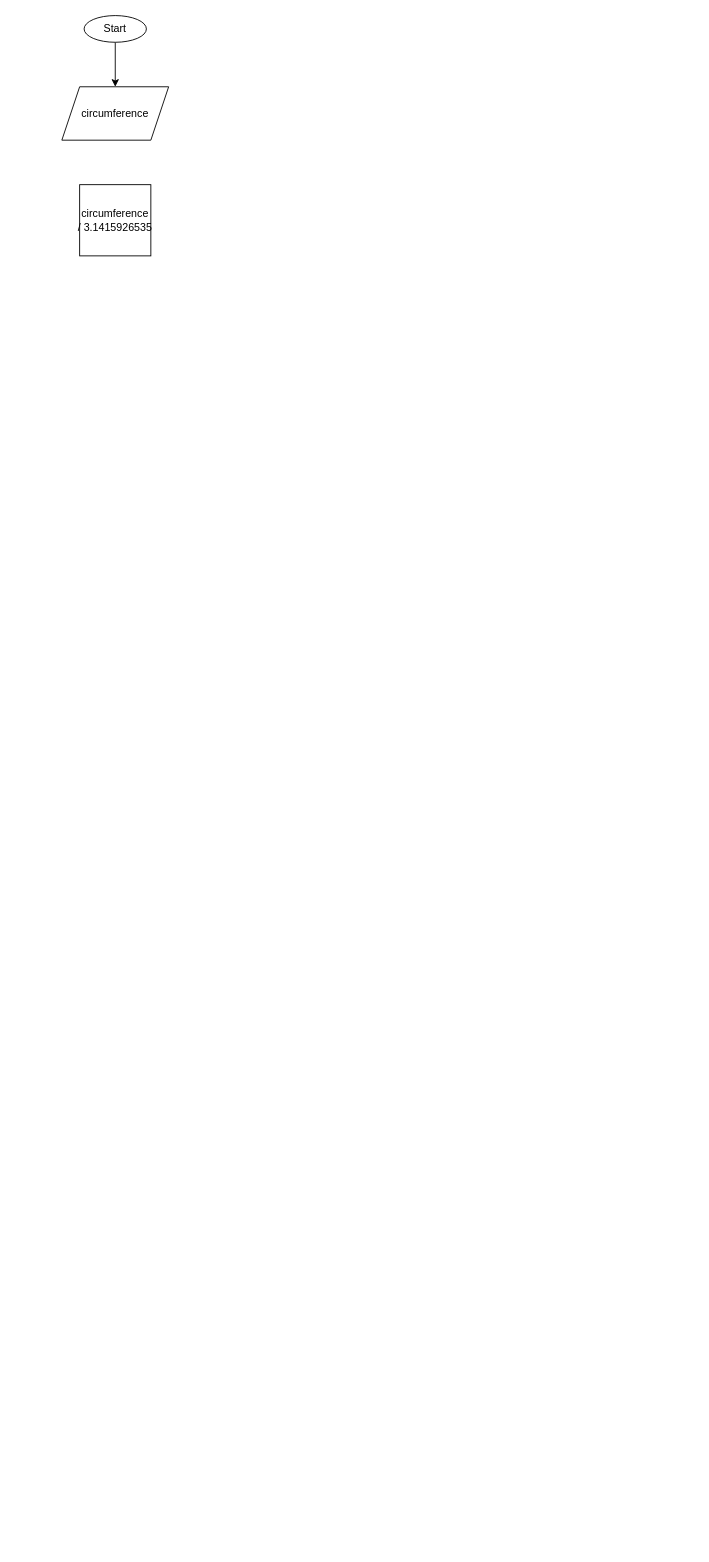
This is Untitled Diagram.drawio from Macko-pp/Computer-Science, a draw.io file, before an edit. Source tidied: cells renumbered, new cells numbered last; positions are measured from the earlier drawing's top-left corner, leaving out a move shared by most shapes. Both pictures are drawn from the tidied source at 89%, with x=0, y=0 at pixel (61, 15).
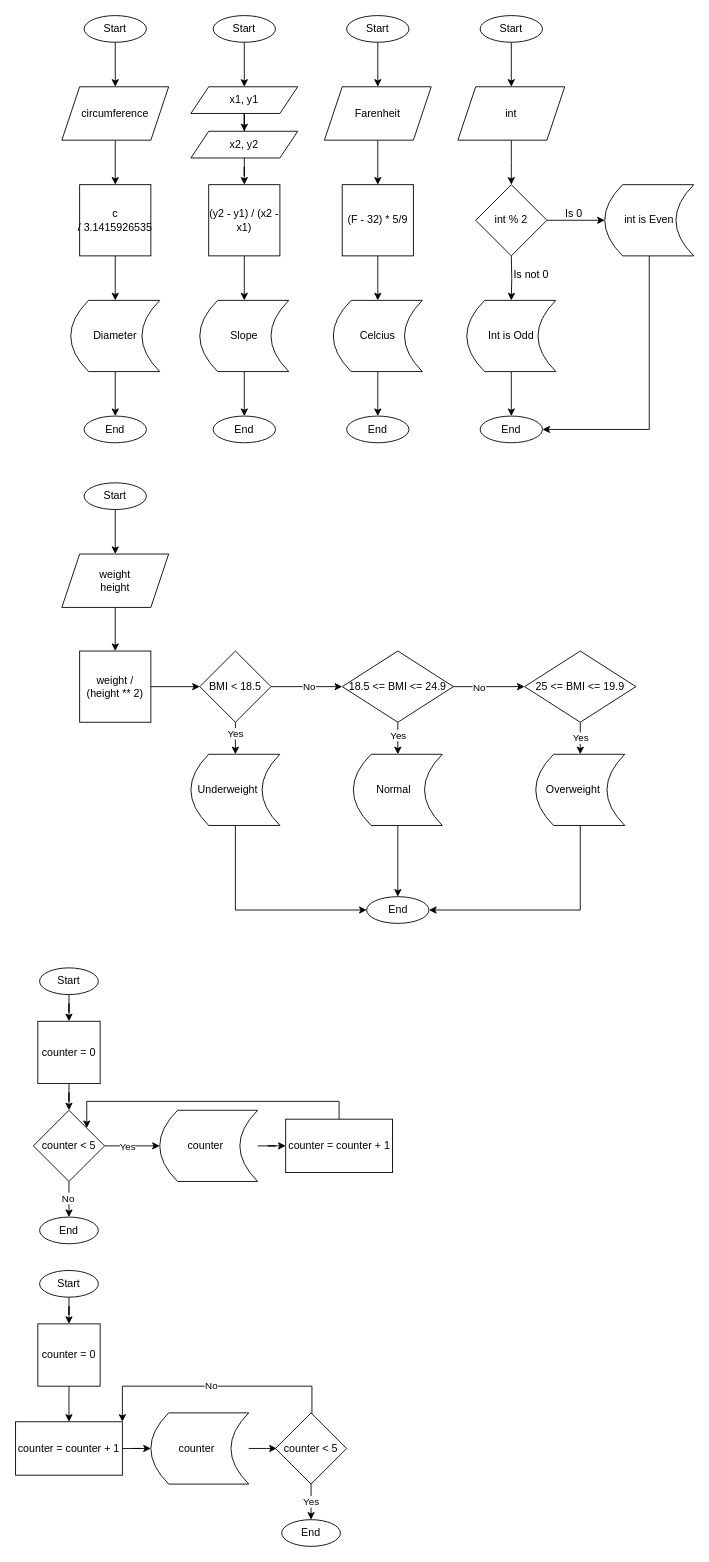
The same diagram, later.

Unchanged cells that the change refers to:
```xml
<mxCell id="4" value="circumference" style="shape=parallelogram;perimeter=parallelogramPerimeter;whiteSpace=wrap;html=1;fixedSize=1;" parent="1" vertex="1">
  <mxGeometry y="80" width="120" height="60" as="geometry" />
</mxCell>
```

Diff of the diagram source:
```diff
@@
+    <mxCell id="6" style="edgeStyle=orthogonalEdgeStyle;rounded=0;jettySize=auto;html=1;" parent="1" edge="1" source="4" target="5">
+      <mxGeometry relative="1" as="geometry" />
+    </mxCell>
@@
+    <mxCell id="7" style="edgeStyle=orthogonalEdgeStyle;rounded=0;jettySize=auto;html=1;entryX=0.5;entryY=0;entryDx=0;entryDy=0;" parent="1" edge="1" source="5" target="9">
+      <mxGeometry relative="1" as="geometry" />
+    </mxCell>
-    <mxCell id="5" value="circumference /&amp;nbsp;3.1415926535" style="whiteSpace=wrap;html=1;" parent="1" vertex="1">
+    <mxCell id="5" value="c /&amp;nbsp;3.1415926535" style="whiteSpace=wrap;html=1;" parent="1" vertex="1">
       <mxGeometry x="20" y="190" width="80" height="80" as="geometry" />
     </mxCell>
+    <mxCell id="8" style="edgeStyle=orthogonalEdgeStyle;rounded=0;jettySize=auto;html=1;entryX=0.5;entryY=0;entryDx=0;entryDy=0;" parent="1" edge="1" source="9" target="41">
+      <mxGeometry relative="1" as="geometry" />
+    </mxCell>
+    <mxCell id="9" value="Diameter" style="shape=dataStorage;whiteSpace=wrap;html=1;fixedSize=1;" parent="1" vertex="1">
+      <mxGeometry x="10" y="320" width="100" height="80" as="geometry" />
+    </mxCell>
+    <mxCell id="10" style="edgeStyle=orthogonalEdgeStyle;rounded=0;jettySize=auto;html=1;" parent="1" edge="1" source="11" target="13">
+      <mxGeometry relative="1" as="geometry" />
+    </mxCell>
+    <mxCell id="11" value="Start" style="ellipse;whiteSpace=wrap;html=1;" parent="1" vertex="1">
+      <mxGeometry x="170" width="70" height="30" as="geometry" />
+    </mxCell>
+    <mxCell id="12" style="edgeStyle=orthogonalEdgeStyle;rounded=0;jettySize=auto;html=1;" parent="1" edge="1" source="13" target="15">
+      <mxGeometry relative="1" as="geometry" />
+    </mxCell>
+    <mxCell id="13" value="x1, y1" style="shape=parallelogram;perimeter=parallelogramPerimeter;whiteSpace=wrap;html=1;fixedSize=1;" parent="1" vertex="1">
+      <mxGeometry x="145" y="80" width="120" height="30" as="geometry" />
+    </mxCell>
+    <mxCell id="14" style="edgeStyle=orthogonalEdgeStyle;rounded=0;jettySize=auto;html=1;" parent="1" edge="1" source="15" target="16">
+      <mxGeometry relative="1" as="geometry" />
+    </mxCell>
+    <mxCell id="15" value="x2, y2" style="shape=parallelogram;perimeter=parallelogramPerimeter;whiteSpace=wrap;html=1;fixedSize=1;" parent="1" vertex="1">
+      <mxGeometry x="145" y="130" width="120" height="30" as="geometry" />
+    </mxCell>
+    <mxCell id="16" value="(y2 - y1) / (x2 - x1)" style="whiteSpace=wrap;html=1;" parent="1" vertex="1">
+      <mxGeometry x="165" y="190" width="80" height="80" as="geometry" />
+    </mxCell>
+    <mxCell id="17" style="edgeStyle=orthogonalEdgeStyle;rounded=0;jettySize=auto;html=1;entryX=0.5;entryY=0;entryDx=0;entryDy=0;" parent="1" edge="1" source="16" target="19">
+      <mxGeometry relative="1" as="geometry" />
+    </mxCell>
+    <mxCell id="18" style="edgeStyle=orthogonalEdgeStyle;rounded=0;jettySize=auto;html=1;" parent="1" edge="1" source="19" target="44">
+      <mxGeometry relative="1" as="geometry" />
+    </mxCell>
+    <mxCell id="19" value="Slope" style="shape=dataStorage;whiteSpace=wrap;html=1;fixedSize=1;" parent="1" vertex="1">
+      <mxGeometry x="155" y="320" width="100" height="80" as="geometry" />
+    </mxCell>
+    <mxCell id="20" style="edgeStyle=orthogonalEdgeStyle;rounded=0;jettySize=auto;html=1;" parent="1" edge="1" source="21" target="23">
+      <mxGeometry relative="1" as="geometry" />
+    </mxCell>
+    <mxCell id="21" value="Start" style="ellipse;whiteSpace=wrap;html=1;" parent="1" vertex="1">
+      <mxGeometry x="320" width="70" height="30" as="geometry" />
+    </mxCell>
+    <mxCell id="22" style="edgeStyle=orthogonalEdgeStyle;rounded=0;jettySize=auto;html=1;" parent="1" edge="1" source="23" target="25">
+      <mxGeometry relative="1" as="geometry" />
+    </mxCell>
+    <mxCell id="23" value="Farenheit" style="shape=parallelogram;perimeter=parallelogramPerimeter;whiteSpace=wrap;html=1;fixedSize=1;" parent="1" vertex="1">
+      <mxGeometry x="295" y="80" width="120" height="60" as="geometry" />
+    </mxCell>
+    <mxCell id="24" style="edgeStyle=orthogonalEdgeStyle;rounded=0;jettySize=auto;html=1;entryX=0.5;entryY=0;entryDx=0;entryDy=0;" parent="1" edge="1" source="25" target="27">
+      <mxGeometry relative="1" as="geometry" />
+    </mxCell>
+    <mxCell id="25" value="(F - 32) * 5/9" style="whiteSpace=wrap;html=1;" parent="1" vertex="1">
+      <mxGeometry x="315" y="190" width="80" height="80" as="geometry" />
+    </mxCell>
+    <mxCell id="26" style="edgeStyle=orthogonalEdgeStyle;rounded=0;jettySize=auto;html=1;" parent="1" edge="1" source="27" target="43">
+      <mxGeometry relative="1" as="geometry" />
+    </mxCell>
+    <mxCell id="27" value="Celcius" style="shape=dataStorage;whiteSpace=wrap;html=1;fixedSize=1;" parent="1" vertex="1">
+      <mxGeometry x="305" y="320" width="100" height="80" as="geometry" />
+    </mxCell>
+    <mxCell id="28" style="edgeStyle=orthogonalEdgeStyle;rounded=0;jettySize=auto;html=1;" parent="1" edge="1" source="29" target="31">
+      <mxGeometry relative="1" as="geometry" />
+    </mxCell>
+    <mxCell id="29" value="Start" style="ellipse;whiteSpace=wrap;html=1;" parent="1" vertex="1">
+      <mxGeometry x="470" width="70" height="30" as="geometry" />
+    </mxCell>
+    <mxCell id="30" style="edgeStyle=orthogonalEdgeStyle;rounded=0;jettySize=auto;html=1;" parent="1" edge="1" source="31">
+      <mxGeometry relative="1" as="geometry">
+        <mxPoint x="505" y="190" as="targetPoint" />
+      </mxGeometry>
+    </mxCell>
+    <mxCell id="31" value="int" style="shape=parallelogram;perimeter=parallelogramPerimeter;whiteSpace=wrap;html=1;fixedSize=1;" parent="1" vertex="1">
+      <mxGeometry x="445" y="80" width="120" height="60" as="geometry" />
+    </mxCell>
+    <mxCell id="32" style="edgeStyle=orthogonalEdgeStyle;rounded=0;jettySize=auto;html=1;entryX=0.5;entryY=0;entryDx=0;entryDy=0;" parent="1" edge="1" target="34">
+      <mxGeometry relative="1" as="geometry">
+        <mxPoint x="505" y="270" as="sourcePoint" />
+      </mxGeometry>
+    </mxCell>
+    <mxCell id="33" style="edgeStyle=orthogonalEdgeStyle;rounded=0;jettySize=auto;html=1;entryX=0.5;entryY=0;entryDx=0;entryDy=0;" parent="1" edge="1" source="34" target="42">
+      <mxGeometry relative="1" as="geometry" />
+    </mxCell>
+    <mxCell id="34" value="Int is Odd" style="shape=dataStorage;whiteSpace=wrap;html=1;fixedSize=1;" parent="1" vertex="1">
+      <mxGeometry x="455" y="320" width="100" height="80" as="geometry" />
+    </mxCell>
+    <mxCell id="35" style="edgeStyle=orthogonalEdgeStyle;rounded=0;jettySize=auto;html=1;entryX=0;entryY=0.5;entryDx=0;entryDy=0;" parent="1" edge="1" source="36" target="38">
+      <mxGeometry relative="1" as="geometry" />
+    </mxCell>
+    <mxCell id="36" value="int % 2" style="rhombus;whiteSpace=wrap;html=1;" parent="1" vertex="1">
+      <mxGeometry x="465" y="190" width="80" height="80" as="geometry" />
+    </mxCell>
+    <mxCell id="37" style="edgeStyle=orthogonalEdgeStyle;rounded=0;jettySize=auto;html=1;entryX=1;entryY=0.5;entryDx=0;entryDy=0;" parent="1" edge="1" source="38" target="42">
+      <mxGeometry relative="1" as="geometry">
+        <Array as="points">
+          <mxPoint x="660" y="465" />
+        </Array>
+      </mxGeometry>
+    </mxCell>
+    <mxCell id="38" value="int is Even" style="shape=dataStorage;whiteSpace=wrap;html=1;fixedSize=1;" parent="1" vertex="1">
+      <mxGeometry x="610" y="190" width="100" height="80" as="geometry" />
+    </mxCell>
+    <mxCell id="39" value="Is 0" style="text;html=1;align=center;verticalAlign=middle;strokeColor=none;fillColor=none;" parent="1" vertex="1">
+      <mxGeometry x="555" y="208" width="40" height="30" as="geometry" />
+    </mxCell>
+    <mxCell id="40" value="Is not 0" style="text;html=1;align=center;verticalAlign=middle;strokeColor=none;fillColor=none;" parent="1" vertex="1">
+      <mxGeometry x="497" y="276" width="60" height="30" as="geometry" />
+    </mxCell>
+    <mxCell id="41" value="End" style="ellipse;whiteSpace=wrap;html=1;" parent="1" vertex="1">
+      <mxGeometry x="25" y="450" width="70" height="30" as="geometry" />
+    </mxCell>
+    <mxCell id="42" value="End" style="ellipse;whiteSpace=wrap;html=1;" parent="1" vertex="1">
+      <mxGeometry x="470" y="450" width="70" height="30" as="geometry" />
+    </mxCell>
+    <mxCell id="43" value="End" style="ellipse;whiteSpace=wrap;html=1;" parent="1" vertex="1">
+      <mxGeometry x="320" y="450" width="70" height="30" as="geometry" />
+    </mxCell>
+    <mxCell id="44" value="End" style="ellipse;whiteSpace=wrap;html=1;" parent="1" vertex="1">
+      <mxGeometry x="170" y="450" width="70" height="30" as="geometry" />
+    </mxCell>
+    <mxCell id="45" style="edgeStyle=orthogonalEdgeStyle;rounded=0;jettySize=auto;html=1;" parent="1" edge="1" source="46" target="48">
+      <mxGeometry relative="1" as="geometry" />
+    </mxCell>
+    <mxCell id="46" value="Start" style="ellipse;whiteSpace=wrap;html=1;" parent="1" vertex="1">
+      <mxGeometry x="25" y="525" width="70" height="30" as="geometry" />
+    </mxCell>
+    <mxCell id="47" style="edgeStyle=orthogonalEdgeStyle;rounded=0;jettySize=auto;html=1;" parent="1" edge="1" source="48" target="53">
+      <mxGeometry relative="1" as="geometry" />
+    </mxCell>
+    <mxCell id="48" value="weight&lt;br&gt;height" style="shape=parallelogram;perimeter=parallelogramPerimeter;whiteSpace=wrap;html=1;fixedSize=1;" parent="1" vertex="1">
+      <mxGeometry y="605" width="120" height="60" as="geometry" />
+    </mxCell>
+    <mxCell id="49" style="edgeStyle=orthogonalEdgeStyle;rounded=0;jettySize=auto;html=1;entryX=0;entryY=0.5;entryDx=0;entryDy=0;" parent="1" edge="1" source="50" target="51">
+      <mxGeometry relative="1" as="geometry">
+        <Array as="points">
+          <mxPoint x="195" y="1005" />
+        </Array>
+      </mxGeometry>
+    </mxCell>
+    <mxCell id="50" value="Underweight&amp;nbsp; &amp;nbsp; &amp;nbsp;" style="shape=dataStorage;whiteSpace=wrap;html=1;fixedSize=1;" parent="1" vertex="1">
+      <mxGeometry x="145" y="830" width="100" height="80" as="geometry" />
+    </mxCell>
+    <mxCell id="51" value="End" style="ellipse;whiteSpace=wrap;html=1;" parent="1" vertex="1">
+      <mxGeometry x="342.5" y="990" width="70" height="30" as="geometry" />
+    </mxCell>
+    <mxCell id="52" style="edgeStyle=orthogonalEdgeStyle;rounded=0;jettySize=auto;html=1;entryX=0;entryY=0.5;entryDx=0;entryDy=0;" parent="1" edge="1" source="53" target="58">
+      <mxGeometry relative="1" as="geometry" />
+    </mxCell>
+    <mxCell id="53" value="weight / (height ** 2)" style="whiteSpace=wrap;html=1;" parent="1" vertex="1">
+      <mxGeometry x="20" y="714" width="80" height="80" as="geometry" />
+    </mxCell>
+    <mxCell id="54" style="edgeStyle=orthogonalEdgeStyle;rounded=0;jettySize=auto;html=1;" parent="1" edge="1" source="58" target="63">
+      <mxGeometry relative="1" as="geometry" />
+    </mxCell>
+    <mxCell id="55" value="No" style="edgeLabel;html=1;align=center;verticalAlign=middle;" parent="54" vertex="1">
+      <mxGeometry x="0.05" y="-3" relative="1" as="geometry">
+        <mxPoint y="-4" as="offset" />
+      </mxGeometry>
+    </mxCell>
+    <mxCell id="56" style="edgeStyle=orthogonalEdgeStyle;rounded=0;jettySize=auto;html=1;" parent="1" edge="1" source="58" target="50">
+      <mxGeometry relative="1" as="geometry" />
+    </mxCell>
+    <mxCell id="57" value="Yes" style="edgeLabel;html=1;align=center;verticalAlign=middle;" parent="56" vertex="1">
+      <mxGeometry x="-0.48" y="-1" relative="1" as="geometry">
+        <mxPoint y="1" as="offset" />
+      </mxGeometry>
+    </mxCell>
+    <mxCell id="58" value="BMI &amp;lt; 18.5" style="rhombus;whiteSpace=wrap;html=1;" parent="1" vertex="1">
+      <mxGeometry x="155" y="714" width="80" height="80" as="geometry" />
+    </mxCell>
+    <mxCell id="59" style="edgeStyle=orthogonalEdgeStyle;rounded=0;jettySize=auto;html=1;" parent="1" edge="1" source="63" target="65">
+      <mxGeometry relative="1" as="geometry" />
+    </mxCell>
+    <mxCell id="60" value="No" style="edgeLabel;html=1;align=center;verticalAlign=middle;" parent="59" vertex="1">
+      <mxGeometry x="-0.3" y="1" relative="1" as="geometry">
+        <mxPoint y="1" as="offset" />
+      </mxGeometry>
+    </mxCell>
+    <mxCell id="61" style="edgeStyle=orthogonalEdgeStyle;rounded=0;jettySize=auto;html=1;" parent="1" edge="1" source="63" target="69">
+      <mxGeometry relative="1" as="geometry" />
+    </mxCell>
+    <mxCell id="62" value="Yes" style="edgeLabel;html=1;align=center;verticalAlign=middle;" parent="61" vertex="1">
+      <mxGeometry x="-0.39" relative="1" as="geometry">
+        <mxPoint y="1" as="offset" />
+      </mxGeometry>
+    </mxCell>
+    <mxCell id="63" value="18.5 &amp;lt;= BMI &amp;lt;= 24.9" style="rhombus;whiteSpace=wrap;html=1;" parent="1" vertex="1">
+      <mxGeometry x="315" y="714" width="125" height="80" as="geometry" />
+    </mxCell>
+    <mxCell id="64" value="Yes" style="edgeStyle=orthogonalEdgeStyle;rounded=0;jettySize=auto;html=1;" parent="1" edge="1" source="65" target="67">
+      <mxGeometry relative="1" as="geometry" />
+    </mxCell>
+    <mxCell id="65" value="25 &amp;lt;= BMI &amp;lt;= 19.9" style="rhombus;whiteSpace=wrap;html=1;" parent="1" vertex="1">
+      <mxGeometry x="520" y="714" width="125" height="80" as="geometry" />
+    </mxCell>
+    <mxCell id="66" style="edgeStyle=orthogonalEdgeStyle;rounded=0;jettySize=auto;html=1;entryX=1;entryY=0.5;entryDx=0;entryDy=0;" parent="1" edge="1" source="67" target="51">
+      <mxGeometry relative="1" as="geometry">
+        <Array as="points">
+          <mxPoint x="583" y="1005" />
+        </Array>
+      </mxGeometry>
+    </mxCell>
+    <mxCell id="67" value="Overweight&amp;nbsp; &amp;nbsp; &amp;nbsp;" style="shape=dataStorage;whiteSpace=wrap;html=1;fixedSize=1;" parent="1" vertex="1">
+      <mxGeometry x="532.5" y="830" width="100" height="80" as="geometry" />
+    </mxCell>
+    <mxCell id="68" style="edgeStyle=orthogonalEdgeStyle;rounded=0;jettySize=auto;html=1;" parent="1" edge="1" source="69" target="51">
+      <mxGeometry relative="1" as="geometry" />
+    </mxCell>
+    <mxCell id="69" value="Normal&amp;nbsp; &amp;nbsp;" style="shape=dataStorage;whiteSpace=wrap;html=1;fixedSize=1;" parent="1" vertex="1">
+      <mxGeometry x="327.5" y="830" width="100" height="80" as="geometry" />
+    </mxCell>
+    <mxCell id="70" style="edgeStyle=orthogonalEdgeStyle;rounded=0;jettySize=auto;html=1;" parent="1" edge="1" source="71" target="73">
+      <mxGeometry relative="1" as="geometry" />
+    </mxCell>
+    <mxCell id="71" value="Start" style="ellipse;whiteSpace=wrap;html=1;" parent="1" vertex="1">
+      <mxGeometry x="-25" y="1070" width="66" height="30" as="geometry" />
+    </mxCell>
+    <mxCell id="72" style="edgeStyle=orthogonalEdgeStyle;rounded=0;jettySize=auto;html=1;entryX=0.5;entryY=0;entryDx=0;entryDy=0;" parent="1" edge="1" source="73" target="78">
+      <mxGeometry relative="1" as="geometry" />
+    </mxCell>
+    <mxCell id="73" value="counter = 0" style="whiteSpace=wrap;html=1;" parent="1" vertex="1">
+      <mxGeometry x="-27" y="1130" width="70" height="70" as="geometry" />
+    </mxCell>
+    <mxCell id="74" style="edgeStyle=orthogonalEdgeStyle;rounded=0;jettySize=auto;html=1;" parent="1" edge="1" source="78" target="80">
+      <mxGeometry relative="1" as="geometry" />
+    </mxCell>
+    <mxCell id="75" value="Yes" style="edgeLabel;html=1;align=center;verticalAlign=middle;" parent="74" vertex="1">
+      <mxGeometry x="-0.19" y="1" relative="1" as="geometry">
+        <mxPoint y="1" as="offset" />
+      </mxGeometry>
+    </mxCell>
+    <mxCell id="76" style="edgeStyle=orthogonalEdgeStyle;rounded=0;jettySize=auto;html=1;" parent="1" edge="1" source="78" target="83">
+      <mxGeometry relative="1" as="geometry" />
+    </mxCell>
+    <mxCell id="77" value="No" style="edgeLabel;html=1;align=center;verticalAlign=middle;" parent="76" vertex="1">
+      <mxGeometry x="-0.12" y="-2" relative="1" as="geometry" />
+    </mxCell>
+    <mxCell id="78" value="counter &amp;lt; 5" style="rhombus;whiteSpace=wrap;html=1;" parent="1" vertex="1">
+      <mxGeometry x="-32" y="1230" width="80" height="80" as="geometry" />
+    </mxCell>
+    <mxCell id="79" style="edgeStyle=orthogonalEdgeStyle;rounded=0;jettySize=auto;html=1;" parent="1" edge="1" source="80" target="82">
+      <mxGeometry relative="1" as="geometry" />
+    </mxCell>
+    <mxCell id="80" value="counter&amp;nbsp;&amp;nbsp;" style="shape=dataStorage;whiteSpace=wrap;html=1;fixedSize=1;" parent="1" vertex="1">
+      <mxGeometry x="110" y="1230" width="110" height="80" as="geometry" />
+    </mxCell>
+    <mxCell id="81" style="edgeStyle=orthogonalEdgeStyle;rounded=0;jettySize=auto;html=1;entryX=1;entryY=0;entryDx=0;entryDy=0;exitX=0.5;exitY=0;exitDx=0;exitDy=0;" parent="1" edge="1" source="82" target="78">
+      <mxGeometry relative="1" as="geometry">
+        <Array as="points">
+          <mxPoint x="312" y="1220" />
+          <mxPoint x="28" y="1220" />
+        </Array>
+      </mxGeometry>
+    </mxCell>
+    <mxCell id="82" value="counter = counter + 1" style="whiteSpace=wrap;html=1;" parent="1" vertex="1">
+      <mxGeometry x="251.5" y="1240" width="120" height="60" as="geometry" />
+    </mxCell>
+    <mxCell id="83" value="End" style="ellipse;whiteSpace=wrap;html=1;" parent="1" vertex="1">
+      <mxGeometry x="-25" y="1350" width="66" height="30" as="geometry" />
+    </mxCell>
+    <mxCell id="84" style="edgeStyle=orthogonalEdgeStyle;rounded=0;jettySize=auto;html=1;" parent="1" edge="1" source="85" target="87">
+      <mxGeometry relative="1" as="geometry" />
+    </mxCell>
+    <mxCell id="85" value="Start" style="ellipse;whiteSpace=wrap;html=1;" parent="1" vertex="1">
+      <mxGeometry x="-25" y="1410" width="66" height="30" as="geometry" />
+    </mxCell>
+    <mxCell id="86" style="edgeStyle=orthogonalEdgeStyle;rounded=0;jettySize=auto;html=1;entryX=0.5;entryY=0;entryDx=0;entryDy=0;" parent="1" edge="1" source="87" target="91">
+      <mxGeometry relative="1" as="geometry" />
+    </mxCell>
+    <mxCell id="87" value="counter = 0" style="whiteSpace=wrap;html=1;" parent="1" vertex="1">
+      <mxGeometry x="-27" y="1470" width="70" height="70" as="geometry" />
+    </mxCell>
+    <mxCell id="88" style="edgeStyle=orthogonalEdgeStyle;rounded=0;jettySize=auto;html=1;" parent="1" edge="1" source="89">
+      <mxGeometry relative="1" as="geometry">
+        <mxPoint x="241.5" y="1610" as="targetPoint" />
+      </mxGeometry>
+    </mxCell>
+    <mxCell id="89" value="counter&amp;nbsp;&amp;nbsp;" style="shape=dataStorage;whiteSpace=wrap;html=1;fixedSize=1;" parent="1" vertex="1">
+      <mxGeometry x="100" y="1570" width="110" height="80" as="geometry" />
+    </mxCell>
+    <mxCell id="90" style="edgeStyle=orthogonalEdgeStyle;rounded=0;jettySize=auto;html=1;" parent="1" edge="1" source="91" target="89">
+      <mxGeometry relative="1" as="geometry" />
+    </mxCell>
+    <mxCell id="91" value="counter = counter + 1" style="whiteSpace=wrap;html=1;" parent="1" vertex="1">
+      <mxGeometry x="-52" y="1580" width="120" height="60" as="geometry" />
+    </mxCell>
+    <mxCell id="92" value="Yes" style="edgeStyle=orthogonalEdgeStyle;rounded=0;jettySize=auto;html=1;" parent="1" edge="1" source="95" target="96">
+      <mxGeometry relative="1" as="geometry" />
+    </mxCell>
+    <mxCell id="93" style="edgeStyle=orthogonalEdgeStyle;rounded=0;jettySize=auto;html=1;entryX=1;entryY=0;entryDx=0;entryDy=0;" parent="1" edge="1" source="95" target="91">
+      <mxGeometry relative="1" as="geometry">
+        <Array as="points">
+          <mxPoint x="281" y="1540" />
+          <mxPoint x="68" y="1540" />
+        </Array>
+      </mxGeometry>
+    </mxCell>
+    <mxCell id="94" value="No" style="edgeLabel;html=1;align=center;verticalAlign=middle;" parent="93" vertex="1">
+      <mxGeometry x="0.02" y="-1" relative="1" as="geometry" />
+    </mxCell>
+    <mxCell id="95" value="counter &amp;lt; 5" style="rhombus;whiteSpace=wrap;html=1;" parent="1" vertex="1">
+      <mxGeometry x="240" y="1570" width="80" height="80" as="geometry" />
+    </mxCell>
+    <mxCell id="96" value="End" style="ellipse;whiteSpace=wrap;html=1;" parent="1" vertex="1">
+      <mxGeometry x="247" y="1690" width="66" height="30" as="geometry" />
+    </mxCell>
```
